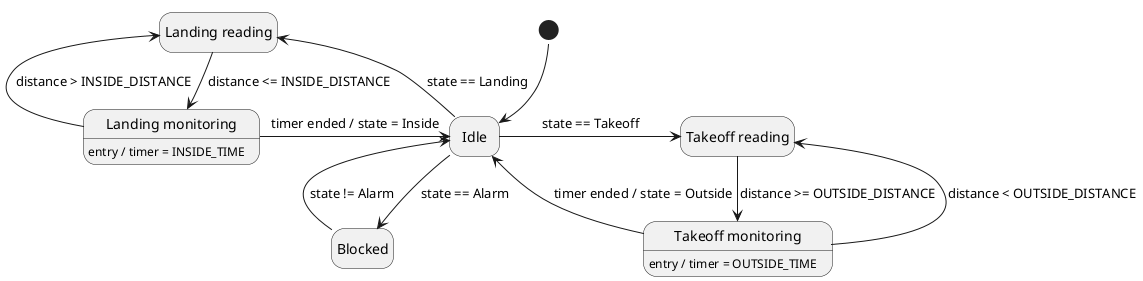
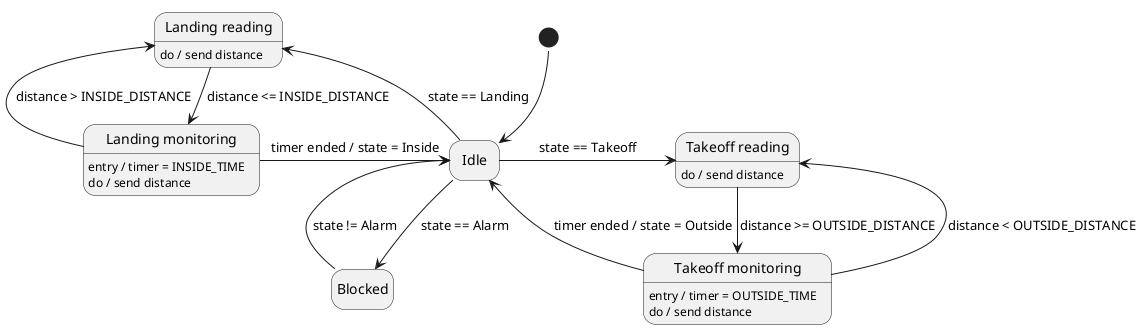
@startuml DDDTask
!pragma layout smetana
hide empty description

state start <<start>>

state "Idle" as idle

state "Blocked" as blocked

state "Takeoff reading" as takeoffReading
+ takeoffReading : do / send distance

state "Takeoff monitoring" as takeoffMonitoring
takeoffMonitoring : entry / timer = OUTSIDE_TIME
+ takeoffMonitoring : do / send distance

state "Landing reading" as landingReading
+ landingReading : do / send distance

state "Landing monitoring" as landingMonitoring
landingMonitoring : entry / timer = INSIDE_TIME
+ landingMonitoring : do / send distance

start -d-> idle

idle -d-> blocked : state == Alarm
blocked -u-> idle : state != Alarm

idle -r-> takeoffReading : state == Takeoff
idle -l-> landingReading : state == Landing

takeoffReading -d-> takeoffMonitoring : distance >= OUTSIDE_DISTANCE
takeoffMonitoring -u-> takeoffReading : distance < OUTSIDE_DISTANCE
takeoffMonitoring -l-> idle : timer ended / state = Outside

landingReading -d-> landingMonitoring : distance <= INSIDE_DISTANCE
landingMonitoring -u-> landingReading : distance > INSIDE_DISTANCE
landingMonitoring -r-> idle : timer ended / state = Inside

@enduml
